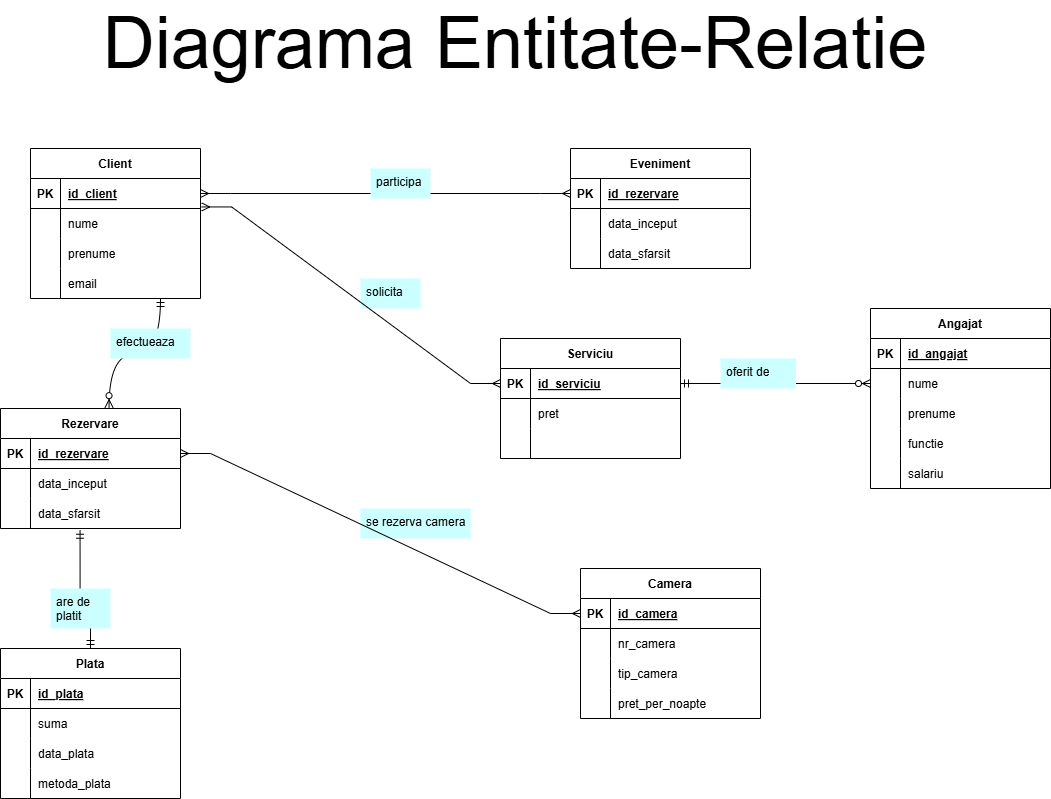
This is DW&BI/Diagrame/Diagramă Entitate-Relatie.drawio.png from diana-clinciu/MODBD, a draw.io export, as it was before one commit. Source tidied: cells renumbered, new cells last; positions are measured from the earlier drawing's top-left corner, leaving out a move shared by most shapes.
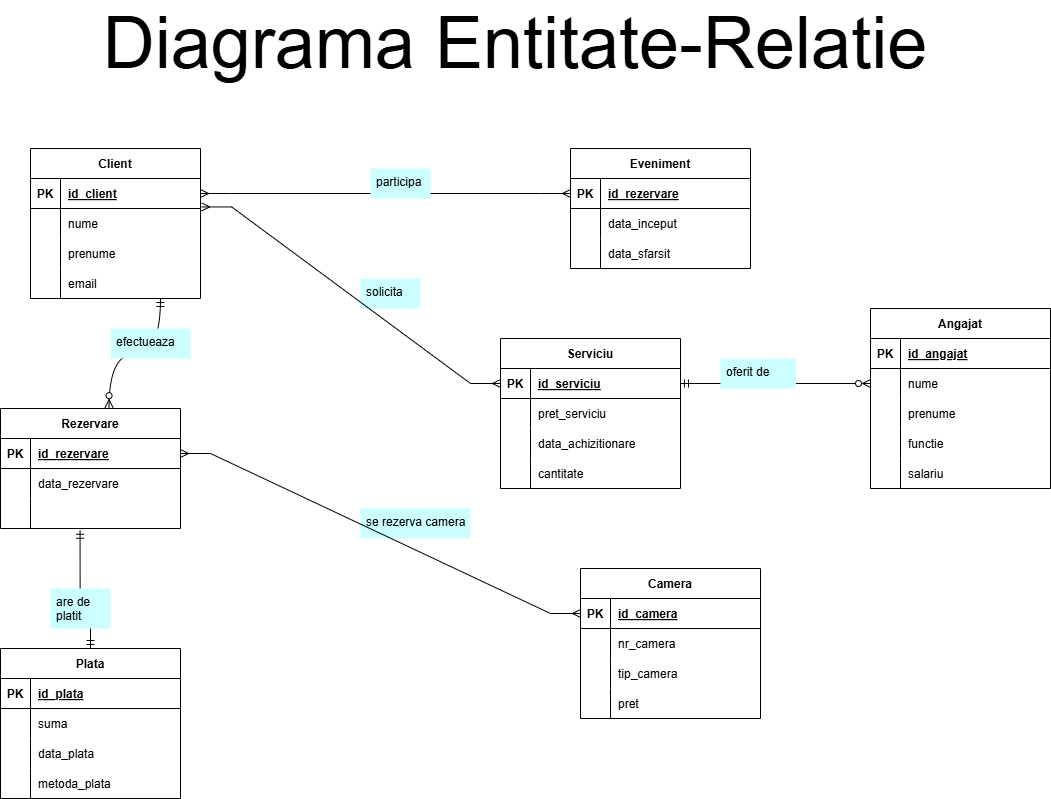
After the change.

Diff of the diagram source:
```diff
@@ -59,7 +59,7 @@
     <mxCell id="20" style="shape=partialRectangle;overflow=hidden;fillColor=none;top=0;left=0;bottom=0;right=0;" parent="19" vertex="1">
       <mxGeometry width="30" height="30" as="geometry" />
     </mxCell>
-    <mxCell id="21" value="data_inceput" style="shape=partialRectangle;overflow=hidden;fillColor=none;top=0;left=0;bottom=0;right=0;align=left;spacingLeft=6;" parent="19" vertex="1">
+    <mxCell id="21" value="data_rezervare" style="shape=partialRectangle;overflow=hidden;fillColor=none;top=0;left=0;bottom=0;right=0;align=left;spacingLeft=6;" parent="19" vertex="1">
       <mxGeometry x="30" width="150" height="30" as="geometry" />
     </mxCell>
     <mxCell id="22" style="shape=partialRectangle;fillColor=none;points=[[0,0.5],[1,0.5]];portConstraint=eastwest;top=0;left=0;right=0;bottom=0;" parent="15" vertex="1">
@@ -68,7 +68,7 @@
     <mxCell id="23" style="shape=partialRectangle;overflow=hidden;fillColor=none;top=0;left=0;bottom=0;right=0;" parent="22" vertex="1">
       <mxGeometry width="30" height="30" as="geometry" />
     </mxCell>
-    <mxCell id="24" value="data_sfarsit " style="shape=partialRectangle;overflow=hidden;fillColor=none;top=0;left=0;bottom=0;right=0;align=left;spacingLeft=6;" parent="22" vertex="1">
+    <mxCell id="24" style="shape=partialRectangle;overflow=hidden;fillColor=none;top=0;left=0;bottom=0;right=0;align=left;spacingLeft=6;" parent="22" vertex="1">
       <mxGeometry x="30" width="150" height="30" as="geometry" />
     </mxCell>
     <mxCell id="25" value="Plata" style="shape=table;startSize=30;rowLines=0;fontStyle=1;align=center;" parent="1" vertex="1">
@@ -208,7 +208,7 @@
       <mxGeometry x="30" width="150" height="30" as="geometry" />
     </mxCell>
     <mxCell id="68" value="Serviciu" style="shape=table;startSize=30;rowLines=0;fontStyle=1;align=center;" parent="1" vertex="1">
-      <mxGeometry x="500" y="310" width="180" height="120" as="geometry" />
+      <mxGeometry x="500" y="310" width="180" height="150" as="geometry" />
     </mxCell>
     <mxCell id="69" style="shape=partialRectangle;fillColor=none;points=[[0,0.5],[1,0.5]];portConstraint=eastwest;top=0;left=0;right=0;bottom=1;" parent="68" vertex="1">
       <mxGeometry y="30" width="180" height="30" as="geometry" />
@@ -225,7 +225,7 @@
     <mxCell id="73" style="shape=partialRectangle;overflow=hidden;fillColor=none;top=0;left=0;bottom=0;right=0;" parent="72" vertex="1">
       <mxGeometry width="30" height="30" as="geometry" />
     </mxCell>
-    <mxCell id="74" value="pret" style="shape=partialRectangle;overflow=hidden;fillColor=none;top=0;left=0;bottom=0;right=0;align=left;spacingLeft=6;" parent="72" vertex="1">
+    <mxCell id="74" value="pret_serviciu" style="shape=partialRectangle;overflow=hidden;fillColor=none;top=0;left=0;bottom=0;right=0;align=left;spacingLeft=6;" parent="72" vertex="1">
       <mxGeometry x="30" width="150" height="30" as="geometry" />
     </mxCell>
     <mxCell id="75" style="shape=partialRectangle;fillColor=none;top=0;left=0;right=0;bottom=0;" parent="68" vertex="1">
@@ -234,9 +234,18 @@
     <mxCell id="76" style="shape=partialRectangle;overflow=hidden;fillColor=none;top=0;left=0;bottom=0;right=0;" parent="75" vertex="1">
       <mxGeometry width="30" height="30" as="geometry" />
     </mxCell>
-    <mxCell id="77" style="shape=partialRectangle;overflow=hidden;fillColor=none;top=0;left=0;bottom=0;right=0;align=left;spacingLeft=6;" parent="75" vertex="1">
+    <mxCell id="77" value="data_achizitionare" style="shape=partialRectangle;overflow=hidden;fillColor=none;top=0;left=0;bottom=0;right=0;align=left;spacingLeft=6;" parent="75" vertex="1">
       <mxGeometry x="30" width="150" height="30" as="geometry" />
     </mxCell>
+    <mxCell id="100" style="shape=partialRectangle;fillColor=none;top=0;left=0;right=0;bottom=0;" parent="68" vertex="1">
+      <mxGeometry y="120" width="180" height="30" as="geometry" />
+    </mxCell>
+    <mxCell id="101" style="shape=partialRectangle;overflow=hidden;fillColor=none;top=0;left=0;bottom=0;right=0;" parent="100" vertex="1">
+      <mxGeometry width="30" height="30" as="geometry" />
+    </mxCell>
+    <mxCell id="102" value="cantitate" style="shape=partialRectangle;overflow=hidden;fillColor=none;top=0;left=0;bottom=0;right=0;align=left;spacingLeft=6;" parent="100" vertex="1">
+      <mxGeometry x="30" width="150" height="30" as="geometry" />
+    </mxCell>
     <mxCell id="78" value="solicita" style="text;strokeColor=none;fillColor=#CCFFFF;spacingLeft=4;spacingRight=4;overflow=hidden;fontSize=12;whiteSpace=wrap;html=1;" parent="1" vertex="1">
       <mxGeometry x="360" y="250" width="60" height="30" as="geometry" />
     </mxCell>
@@ -284,7 +293,7 @@
     <mxCell id="92" style="shape=partialRectangle;overflow=hidden;fillColor=none;top=0;left=0;bottom=0;right=0;" parent="91" vertex="1">
       <mxGeometry width="30" height="30" as="geometry" />
     </mxCell>
-    <mxCell id="93" value="pret_per_noapte" style="shape=partialRectangle;overflow=hidden;fillColor=none;top=0;left=0;bottom=0;right=0;align=left;spacingLeft=6;" parent="91" vertex="1">
+    <mxCell id="93" value="pret" style="shape=partialRectangle;overflow=hidden;fillColor=none;top=0;left=0;bottom=0;right=0;align=left;spacingLeft=6;" parent="91" vertex="1">
       <mxGeometry x="30" width="150" height="30" as="geometry" />
     </mxCell>
     <mxCell id="94" value="se rezerva camera" style="text;strokeColor=none;fillColor=#CCFFFF;spacingLeft=4;spacingRight=4;overflow=hidden;fontSize=12;whiteSpace=wrap;html=1;" parent="1" vertex="1">
```
